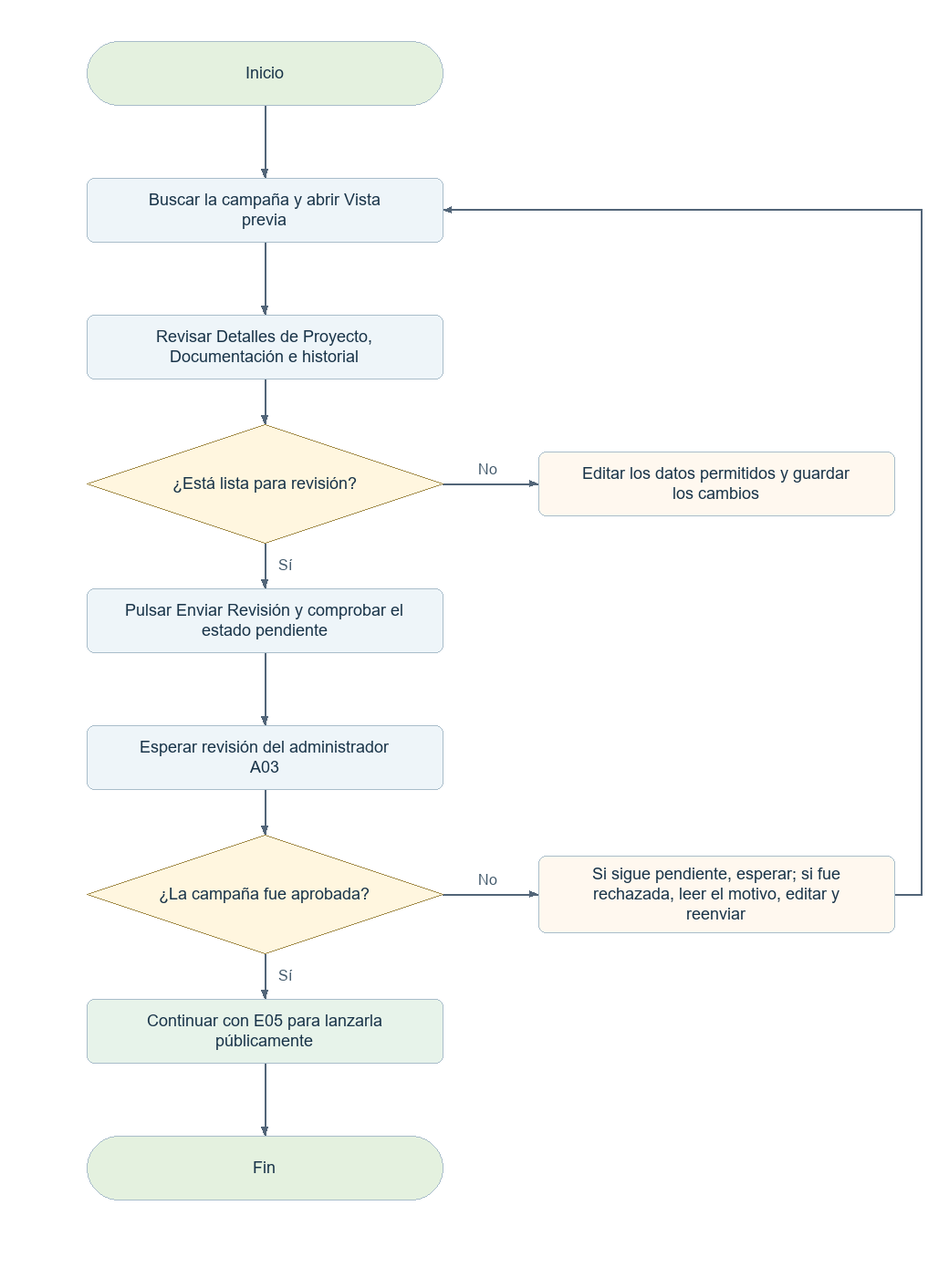
Before: docs/diagramas-web/png/E04.png, a diagram exported from Mermaid (elingeyesdev/t3-crowdfunding-inversion). Its source is kept beside it as docs/diagramas-web/mermaid/E04.mmd.
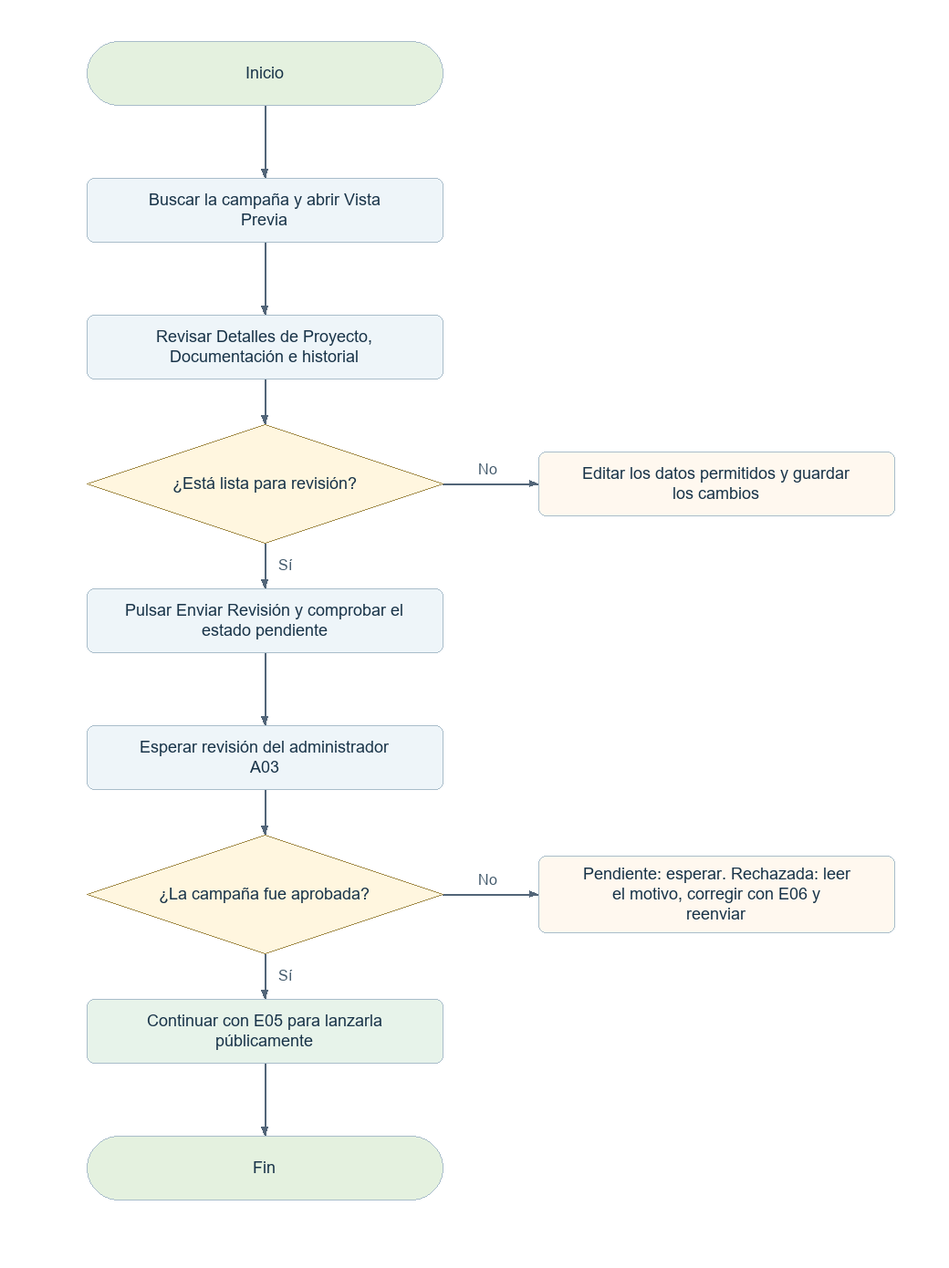
After the change.

Diff of the diagram source:
```diff
@@ -1,7 +1,7 @@
 flowchart TD
   N0(["Inicio"])
   N0 --> N1
-  N1["Buscar la campaña y abrir Vista previa"]
+  N1["Buscar la campaña y abrir Vista Previa"]
   N1 --> N2
   N2["Revisar Detalles de Proyecto, Documentación e historial"]
   N2 --> N3
@@ -15,9 +15,8 @@
   N5 --> N6
   N6{"¿La campaña fue aprobada?"}
   N6 -->|"Sí"| N7
-  B6["Si sigue pendiente, esperar; si fue rechazada, leer el motivo, editar y reenviar"]
+  B6(["Pendiente: esperar. Rechazada: leer el motivo, corregir con E06 y reenviar"])
   N6 -->|"No"| B6
-  B6 --> N1
   N7["Continuar con E05 para lanzarla públicamente"]
   N7 --> N8
   N8(["Fin"])
```
